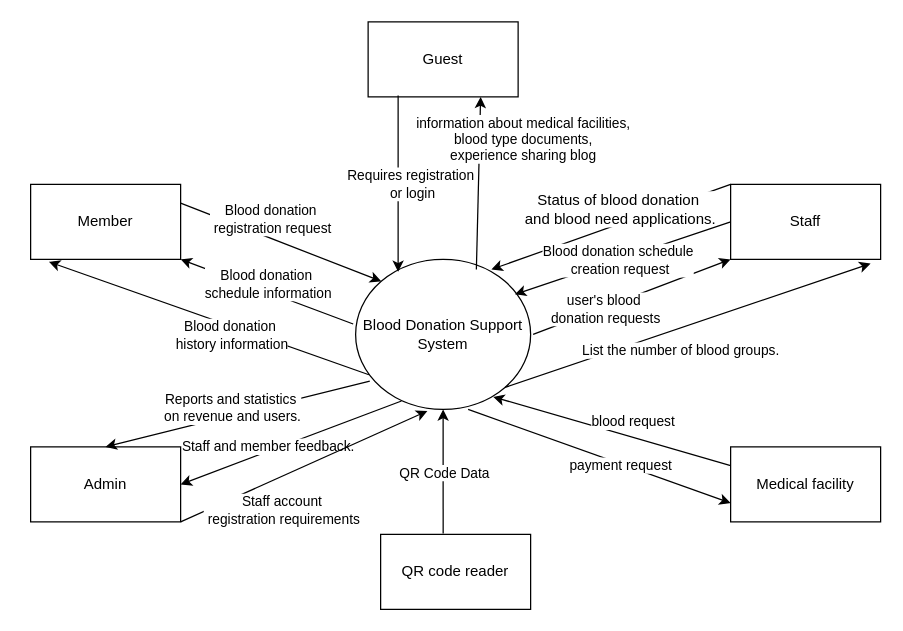
Above: ContextDiagram.drawio in ShiroSs00/SWP391_SU25 (draw.io), before the change. Source tidied: cells renumbered, new cells numbered last; positions are measured from the earlier drawing's top-left corner, leaving out a move shared by most shapes. Both pictures are drawn from the tidied source at 125%, with x=0, y=0 at pixel (30, 21).
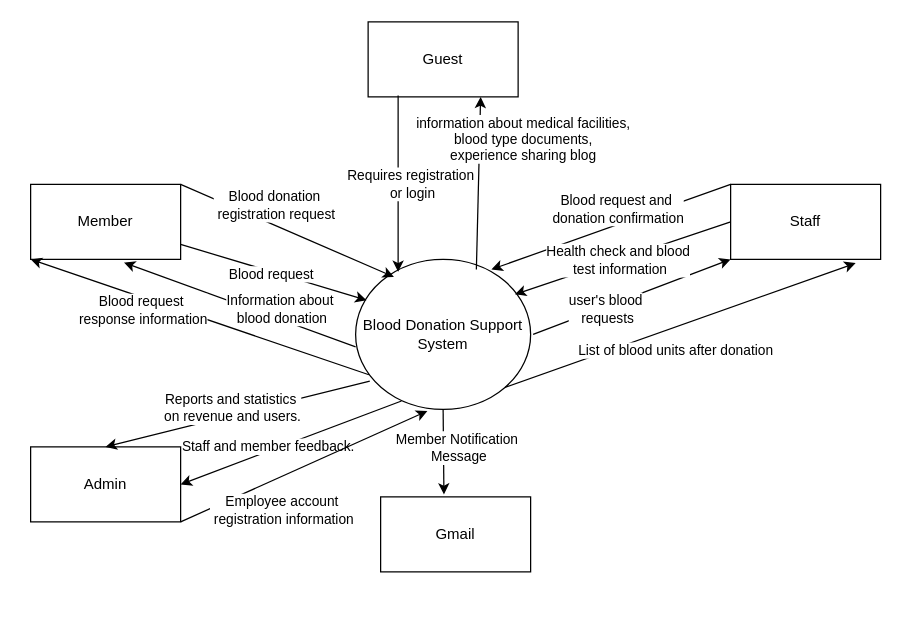
The same diagram, later.

Commit message:
Cập nhật ContextDiagram.drawio

Unchanged cells that the change refers to:
```xml
<mxCell id="2" value="&lt;div&gt;Blood Donation Support System&lt;/div&gt;" style="ellipse;whiteSpace=wrap;html=1;" parent="1" vertex="1">
  <mxGeometry x="260" y="190" width="140" height="120" as="geometry" />
</mxCell>
<mxCell id="4" value="Member" style="rounded=0;whiteSpace=wrap;html=1;" parent="1" vertex="1">
  <mxGeometry y="130" width="120" height="60" as="geometry" />
</mxCell>
<mxCell id="5" value="Staff" style="rounded=0;whiteSpace=wrap;html=1;" parent="1" vertex="1">
  <mxGeometry x="560" y="130" width="120" height="60" as="geometry" />
</mxCell>
<mxCell id="20" style="endArrow=classic;html=1;rounded=0;entryX=0.776;entryY=0.067;entryDx=0;entryDy=0;entryPerimeter=0;exitX=0;exitY=0;exitDx=0;exitDy=0;" parent="1" edge="1" source="5" target="2">
  <mxGeometry relative="1" as="geometry" />
</mxCell>
<mxCell id="23" style="endArrow=classic;html=1;rounded=0;exitX=0;exitY=0.5;exitDx=0;exitDy=0;entryX=0.91;entryY=0.233;entryDx=0;entryDy=0;entryPerimeter=0;" parent="1" edge="1" source="5" target="2">
  <mxGeometry relative="1" as="geometry" />
</mxCell>
<mxCell id="37" style="endArrow=classic;html=1;rounded=0;exitX=1;exitY=1;exitDx=0;exitDy=0;entryX=0.41;entryY=1.011;entryDx=0;entryDy=0;entryPerimeter=0;" parent="1" edge="1" source="6" target="2">
  <mxGeometry relative="1" as="geometry" />
</mxCell>
```

The edit, as a diff of the source:
```diff
@@
-    <mxCell id="7" value="QR code reader" style="rounded=0;whiteSpace=wrap;html=1;" parent="1" vertex="1">
-      <mxGeometry x="280" y="410" width="120" height="60" as="geometry" />
+    <mxCell id="7" value="Gmail" style="rounded=0;whiteSpace=wrap;html=1;" parent="1" vertex="1">
+      <mxGeometry x="280" y="380" width="120" height="60" as="geometry" />
     </mxCell>
-    <mxCell id="8" value="Medical facility" style="rounded=0;whiteSpace=wrap;html=1;" parent="1" vertex="1">
-      <mxGeometry x="560" y="340" width="120" height="60" as="geometry" />
-    </mxCell>
@@
-    <mxCell id="13" style="endArrow=classic;html=1;rounded=0;exitX=1;exitY=0.25;exitDx=0;exitDy=0;entryX=0;entryY=0;entryDx=0;entryDy=0;" parent="1" edge="1" source="4" target="2">
+    <mxCell id="13" style="endArrow=classic;html=1;rounded=0;exitX=1;exitY=0;exitDx=0;exitDy=0;entryX=0.219;entryY=0.117;entryDx=0;entryDy=0;entryPerimeter=0;" parent="1" edge="1" source="4" target="2">
       <mxGeometry relative="1" as="geometry" />
     </mxCell>
@@
-    <mxCell id="15" style="endArrow=classic;html=1;rounded=0;exitX=-0.014;exitY=0.431;exitDx=0;exitDy=0;exitPerimeter=0;entryX=1;entryY=1;entryDx=0;entryDy=0;" parent="1" edge="1" source="2" target="4">
-      <mxGeometry relative="1" as="geometry" />
+    <mxCell id="15" style="endArrow=classic;html=1;rounded=0;entryX=0.606;entryY=1.044;entryDx=0;entryDy=0;entryPerimeter=0;" parent="1" edge="1">
+      <mxGeometry relative="1" as="geometry">
+        <mxPoint x="260" y="260" as="sourcePoint" />
+        <mxPoint x="74.7" y="192.6" as="targetPoint" />
+      </mxGeometry>
     </mxCell>
-    <mxCell id="16" value="Blood donation&amp;nbsp;&lt;div&gt;schedule information&lt;/div&gt;" style="edgeLabel;html=1;align=center;verticalAlign=middle;" parent="15" vertex="1">
+    <mxCell id="16" value="&lt;div&gt;Information about&amp;nbsp;&lt;/div&gt;&lt;div&gt;blood donation&lt;/div&gt;" style="edgeLabel;html=1;align=center;verticalAlign=middle;" parent="15" vertex="1">
       <mxGeometry x="0.09" y="-2" relative="1" as="geometry">
-        <mxPoint x="6" y="-2" as="offset" />
+        <mxPoint x="40" y="8" as="offset" />
       </mxGeometry>
     </mxCell>
-    <mxCell id="17" style="endArrow=classic;html=1;rounded=0;exitX=0.076;exitY=0.769;exitDx=0;exitDy=0;exitPerimeter=0;entryX=0.122;entryY=1.033;entryDx=0;entryDy=0;entryPerimeter=0;" parent="1" edge="1" source="2" target="4">
+    <mxCell id="17" style="endArrow=classic;html=1;rounded=0;exitX=0.076;exitY=0.769;exitDx=0;exitDy=0;exitPerimeter=0;entryX=0;entryY=1;entryDx=0;entryDy=0;" parent="1" edge="1" source="2" target="4">
       <mxGeometry relative="1" as="geometry" />
     </mxCell>
-    <mxCell id="18" value="Blood donation&amp;nbsp;&lt;div&gt;history information&lt;/div&gt;" style="edgeLabel;html=1;align=center;verticalAlign=middle;" parent="17" vertex="1">
+    <mxCell id="18" value="Blood request&amp;nbsp;&lt;div&gt;response information&lt;/div&gt;" style="edgeLabel;html=1;align=center;verticalAlign=middle;" parent="17" vertex="1">
       <mxGeometry x="0.17" y="2" relative="1" as="geometry">
-        <mxPoint x="40" y="19" as="offset" />
+        <mxPoint x="-22" as="offset" />
       </mxGeometry>
     </mxCell>
@@
-    <mxCell id="21" value="user's blood&amp;nbsp;&lt;div&gt;donation requests&lt;/div&gt;" style="edgeLabel;html=1;align=center;verticalAlign=middle;" parent="20" vertex="1">
+    <mxCell id="21" value="user's blood&lt;div&gt;&lt;span style=&quot;background-color: light-dark(#ffffff, var(--ge-dark-color, #121212)); color: light-dark(rgb(0, 0, 0), rgb(255, 255, 255));&quot;&gt;&amp;nbsp;requests&lt;/span&gt;&lt;/div&gt;" style="edgeLabel;html=1;align=center;verticalAlign=middle;" parent="20" vertex="1">
       <mxGeometry x="-0.34" y="-3" relative="1" as="geometry">
         <mxPoint x="-36" y="80" as="offset" />
       </mxGeometry>
     </mxCell>
-    <mxCell id="22" value="&lt;span style=&quot;font-size: 12px;&quot;&gt;Status of blood donation&lt;/span&gt;&lt;div&gt;&lt;span style=&quot;font-size: 12px;&quot;&gt;&amp;nbsp;and blood need applications.&lt;/span&gt;&lt;/div&gt;" style="edgeLabel;html=1;align=center;verticalAlign=middle;" parent="20" vertex="1">
+    <mxCell id="22" value="Blood request and&amp;nbsp;&lt;div&gt;donation confirmation&lt;/div&gt;" style="edgeLabel;html=1;align=center;verticalAlign=middle;" parent="20" vertex="1">
       <mxGeometry x="-0.33" relative="1" as="geometry">
         <mxPoint x="-26" y="-3" as="offset" />
       </mxGeometry>
     </mxCell>
@@
-    <mxCell id="24" value="Blood donation schedule&lt;div&gt;&amp;nbsp;creation request&lt;/div&gt;" style="edgeLabel;html=1;align=center;verticalAlign=middle;" parent="23" vertex="1">
+    <mxCell id="24" value="Health check and blood&lt;div&gt;&amp;nbsp;test information&lt;/div&gt;" style="edgeLabel;html=1;align=center;verticalAlign=middle;" parent="23" vertex="1">
       <mxGeometry x="0.32" y="-2" relative="1" as="geometry">
         <mxPoint x="24" y="-6" as="offset" />
       </mxGeometry>
     </mxCell>
-    <mxCell id="25" style="endArrow=classic;html=1;rounded=0;exitX=1;exitY=1;exitDx=0;exitDy=0;entryX=0.933;entryY=1.056;entryDx=0;entryDy=0;entryPerimeter=0;" parent="1" edge="1" source="2" target="5">
-      <mxGeometry relative="1" as="geometry" />
+    <mxCell id="25" style="endArrow=classic;html=1;rounded=0;exitX=1;exitY=1;exitDx=0;exitDy=0;" parent="1" edge="1" source="2">
+      <mxGeometry relative="1" as="geometry">
+        <mxPoint x="660" y="193" as="targetPoint" />
+      </mxGeometry>
     </mxCell>
-    <mxCell id="26" value="List the number of blood groups." style="edgeLabel;html=1;align=center;verticalAlign=middle;" parent="25" vertex="1">
+    <mxCell id="26" value="List of blood units after donation" style="edgeLabel;html=1;align=center;verticalAlign=middle;" parent="25" vertex="1">
       <mxGeometry x="-0.4" relative="1" as="geometry">
         <mxPoint x="52" as="offset" />
       </mxGeometry>
     </mxCell>
-    <mxCell id="27" style="endArrow=classic;html=1;rounded=0;exitX=0;exitY=0.25;exitDx=0;exitDy=0;" parent="1" edge="1" source="8">
-      <mxGeometry relative="1" as="geometry">
-        <mxPoint x="370" y="300" as="targetPoint" />
-      </mxGeometry>
-    </mxCell>
-    <mxCell id="28" value="blood request" style="edgeLabel;html=1;align=center;verticalAlign=middle;" parent="27" vertex="1">
-      <mxGeometry x="-0.17" relative="1" as="geometry">
-        <mxPoint y="-13" as="offset" />
-      </mxGeometry>
-    </mxCell>
-    <mxCell id="29" style="endArrow=classic;html=1;rounded=0;exitX=0.417;exitY=-0.011;exitDx=0;exitDy=0;entryX=0.5;entryY=1;entryDx=0;entryDy=0;exitPerimeter=0;" parent="1" edge="1" source="7" target="2">
-      <mxGeometry relative="1" as="geometry" />
-    </mxCell>
-    <mxCell id="30" value="QR Code Data" style="edgeLabel;html=1;align=center;verticalAlign=middle;" parent="29" vertex="1">
-      <mxGeometry x="0.05" y="3" relative="1" as="geometry">
-        <mxPoint x="3" y="3" as="offset" />
-      </mxGeometry>
-    </mxCell>
@@
-    <mxCell id="35" style="endArrow=classic;html=1;rounded=0;entryX=0;entryY=0.75;entryDx=0;entryDy=0;" parent="1" edge="1" target="8">
-      <mxGeometry relative="1" as="geometry">
-        <mxPoint x="350" y="310" as="sourcePoint" />
-      </mxGeometry>
-    </mxCell>
-    <mxCell id="36" value="payment request" style="edgeLabel;html=1;align=center;verticalAlign=middle;" parent="35" vertex="1">
-      <mxGeometry x="0.16" y="-1" relative="1" as="geometry" />
-    </mxCell>
@@
-    <mxCell id="38" value="Staff account&lt;div&gt;&amp;nbsp;registration requirements&lt;/div&gt;" style="edgeLabel;html=1;align=center;verticalAlign=middle;" parent="37" vertex="1">
+    <mxCell id="38" value="Employee account&lt;div&gt;&amp;nbsp;registration information&lt;/div&gt;" style="edgeLabel;html=1;align=center;verticalAlign=middle;" parent="37" vertex="1">
       <mxGeometry x="-0.48" relative="1" as="geometry">
         <mxPoint x="29" y="13" as="offset" />
       </mxGeometry>
     </mxCell>
+    <mxCell id="39" style="endArrow=classic;html=1;rounded=0;entryX=0.062;entryY=0.272;entryDx=0;entryDy=0;entryPerimeter=0;" parent="1" edge="1" source="4" target="2">
+      <mxGeometry relative="1" as="geometry" />
+    </mxCell>
+    <mxCell id="40" value="Blood request&amp;nbsp;" style="edgeLabel;html=1;align=center;verticalAlign=middle;" parent="39" vertex="1">
+      <mxGeometry x="-0.01" y="-1" relative="1" as="geometry" />
+    </mxCell>
+    <mxCell id="41" style="endArrow=classic;html=1;rounded=0;exitX=0.5;exitY=1;exitDx=0;exitDy=0;entryX=0.422;entryY=-0.033;entryDx=0;entryDy=0;entryPerimeter=0;" parent="1" edge="1" source="2" target="7">
+      <mxGeometry relative="1" as="geometry" />
+    </mxCell>
+    <mxCell id="42" value="Member Notification&lt;div&gt;&amp;nbsp;Message&lt;/div&gt;" style="edgeLabel;html=1;align=center;verticalAlign=middle;" parent="41" vertex="1">
+      <mxGeometry x="-0.48" relative="1" as="geometry">
+        <mxPoint x="10" y="13" as="offset" />
+      </mxGeometry>
+    </mxCell>
```
